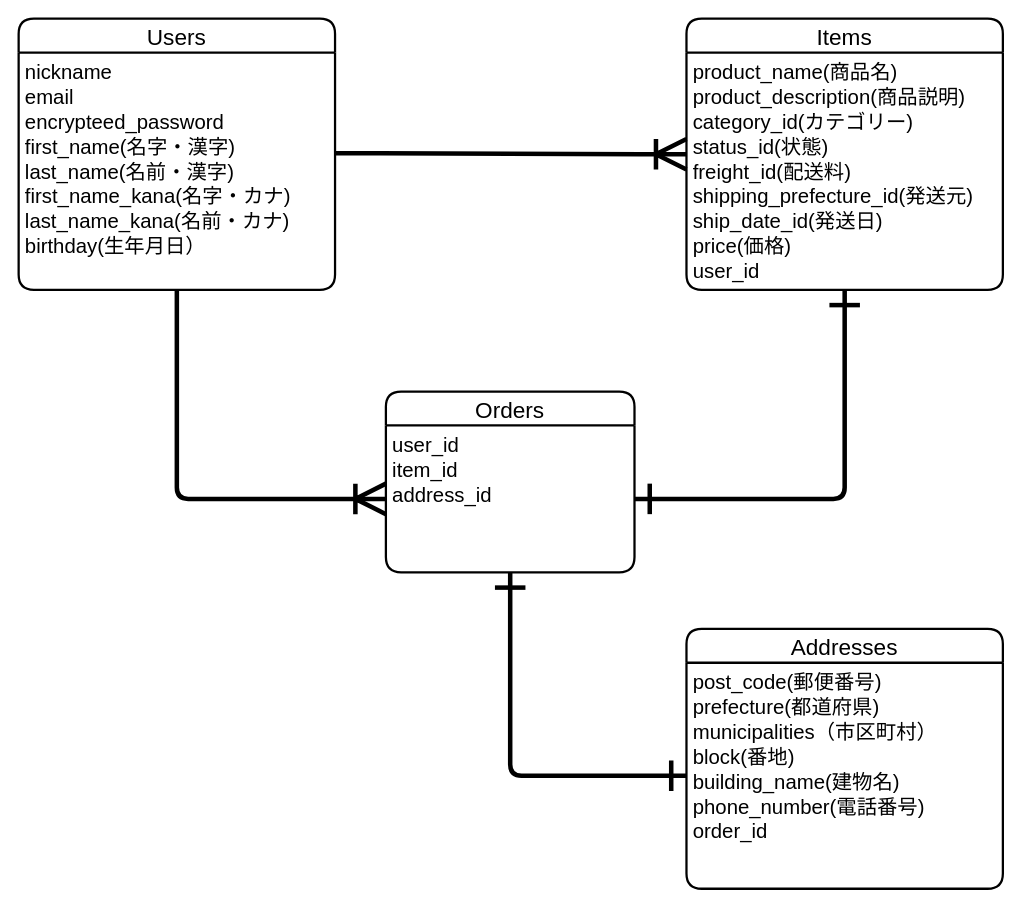
Earlier version of the draw.io diagram .dio (randy1105/furima-38348). Source tidied: cells renumbered, new cells numbered last; positions are measured from the earlier drawing's top-left corner, leaving out a move shared by most shapes. Both pictures are drawn from the tidied source at 113%, with x=0, y=0 at pixel (18, 18).
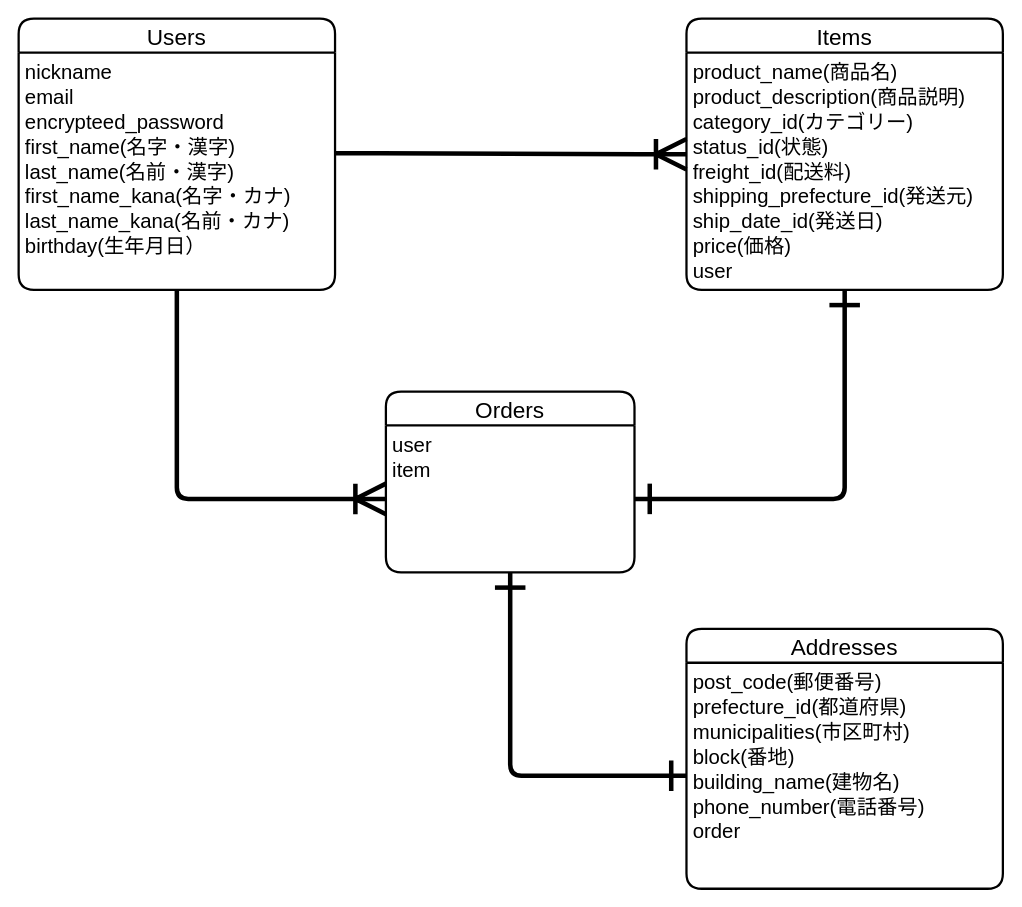
Above is the later version.

Commit message:
データベース設計の訂正(3回目)

Diff of the diagram source:
```diff
@@
 <mxGraphModel>
   <root>
     <mxCell id="0" />
     <mxCell id="1" parent="0" />
     <mxCell id="2" value="Users" style="swimlane;horizontal=1;startSize=30;rounded=1;fontSize=20;fontStyle=0;strokeWidth=2;shadow=0;dashed=0;align=center;" parent="1" vertex="1">
       <mxGeometry width="280" height="240" as="geometry" />
     </mxCell>
     <mxCell id="3" value="nickname&#10;email&#10;encrypteed_password&#10;first_name(名字・漢字)&#10;last_name(名前・漢字)&#10;first_name_kana(名字・カナ)&#10;last_name_kana(名前・カナ)&#10;birthday(生年月日）&#10;" style="align=left;strokeColor=none;fillColor=none;spacingLeft=4;fontSize=18;verticalAlign=top;" parent="2" vertex="1">
       <mxGeometry y="30" width="280" height="210" as="geometry" />
     </mxCell>
     <mxCell id="4" value="Items" style="swimlane;horizontal=1;startSize=30;rounded=1;fontSize=20;fontStyle=0;strokeWidth=2;shadow=0;dashed=0;align=center;" parent="1" vertex="1">
       <mxGeometry x="591" width="280" height="240" as="geometry" />
     </mxCell>
-    <mxCell id="5" value="product_name(商品名)&#10;product_description(商品説明)&#10;category_id(カテゴリー)&#10;status_id(状態)&#10;freight_id(配送料)&#10;shipping_prefecture_id(発送元)&#10;ship_date_id(発送日)&#10;price(価格)&#10;user_id" style="align=left;strokeColor=none;fillColor=none;spacingLeft=4;fontSize=18;verticalAlign=top;" parent="4" vertex="1">
+    <mxCell id="5" value="product_name(商品名)&#10;product_description(商品説明)&#10;category_id(カテゴリー)&#10;status_id(状態)&#10;freight_id(配送料)&#10;shipping_prefecture_id(発送元)&#10;ship_date_id(発送日)&#10;price(価格)&#10;user" style="align=left;strokeColor=none;fillColor=none;spacingLeft=4;fontSize=18;verticalAlign=top;" parent="4" vertex="1">
       <mxGeometry y="30" width="280" height="210" as="geometry" />
     </mxCell>
     <mxCell id="6" style="edgeStyle=entityRelationEdgeStyle;fontSize=12;html=1;endArrow=ERoneToMany;entryX=0;entryY=0.5;entryDx=0;entryDy=0;jumpSize=17;strokeWidth=4;endSize=22;exitX=1;exitY=0.424;exitDx=0;exitDy=0;exitPerimeter=0;" parent="1" edge="1" source="3" target="4">
       <mxGeometry relative="1" as="geometry" />
     </mxCell>
     <mxCell id="7" style="edgeStyle=orthogonalEdgeStyle;fontSize=12;html=1;endArrow=ERone;startArrow=ERone;startSize=22;endSize=22;strokeWidth=4;jumpSize=17;startFill=0;endFill=0;entryX=0;entryY=0.5;entryDx=0;entryDy=0;exitX=0.5;exitY=1;exitDx=0;exitDy=0;" parent="1" edge="1" source="10" target="9">
       <mxGeometry relative="1" as="geometry" />
     </mxCell>
     <mxCell id="8" value="Addresses" style="swimlane;horizontal=1;startSize=30;rounded=1;fontSize=20;fontStyle=0;strokeWidth=2;shadow=0;dashed=0;align=center;" parent="1" vertex="1">
       <mxGeometry x="591" y="540" width="280" height="230" as="geometry" />
     </mxCell>
-    <mxCell id="9" value="post_code(郵便番号)&#10;prefecture(都道府県)&#10;municipalities（市区町村）&#10;block(番地)&#10;building_name(建物名)&#10;phone_number(電話番号)&#10;order_id" style="align=left;strokeColor=none;fillColor=none;spacingLeft=4;fontSize=18;verticalAlign=top;" parent="8" vertex="1">
+    <mxCell id="9" value="post_code(郵便番号)&#10;prefecture_id(都道府県)&#10;municipalities(市区町村)&#10;block(番地)&#10;building_name(建物名)&#10;phone_number(電話番号)&#10;order" style="align=left;strokeColor=none;fillColor=none;spacingLeft=4;fontSize=18;verticalAlign=top;" parent="8" vertex="1">
       <mxGeometry y="30" width="280" height="200" as="geometry" />
     </mxCell>
     <mxCell id="10" value="Orders" style="swimlane;horizontal=1;startSize=30;rounded=1;fontSize=20;fontStyle=0;strokeWidth=2;shadow=0;dashed=0;align=center;" parent="1" vertex="1">
       <mxGeometry x="325" y="330" width="220" height="160" as="geometry" />
     </mxCell>
-    <mxCell id="11" value="user_id&#10;item_id&#10;address_id" style="align=left;strokeColor=none;fillColor=none;spacingLeft=4;fontSize=18;verticalAlign=top;" parent="10" vertex="1">
+    <mxCell id="11" value="user&#10;item" style="align=left;strokeColor=none;fillColor=none;spacingLeft=4;fontSize=18;verticalAlign=top;" parent="10" vertex="1">
       <mxGeometry y="30" width="220" height="130" as="geometry" />
     </mxCell>
     <mxCell id="12" style="edgeStyle=orthogonalEdgeStyle;fontSize=12;html=1;endArrow=ERoneToMany;startSize=22;endSize=22;strokeWidth=4;jumpSize=17;entryX=0;entryY=0.5;entryDx=0;entryDy=0;exitX=0.5;exitY=1;exitDx=0;exitDy=0;" parent="1" edge="1" source="3" target="11">
       <mxGeometry relative="1" as="geometry">
         <Array as="points">
           <mxPoint x="140" y="425" />
         </Array>
       </mxGeometry>
     </mxCell>
     <mxCell id="13" style="edgeStyle=orthogonalEdgeStyle;fontSize=12;html=1;endArrow=ERone;startArrow=ERone;startSize=22;endSize=22;strokeWidth=4;jumpSize=17;startFill=0;endFill=0;exitX=1;exitY=0.5;exitDx=0;exitDy=0;entryX=0.5;entryY=1;entryDx=0;entryDy=0;" parent="1" edge="1" source="11" target="4">
       <mxGeometry relative="1" as="geometry" />
     </mxCell>
   </root>
 </mxGraphModel>
```
